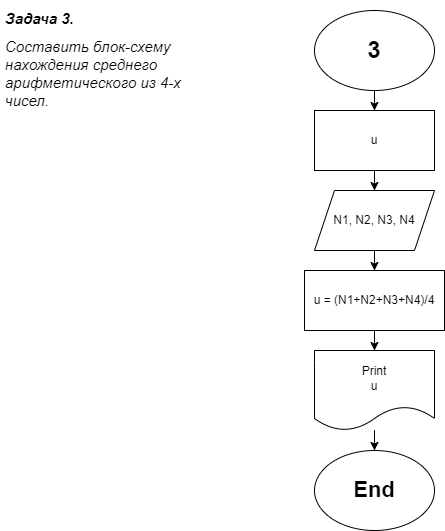
Above: ДЗ_задача3.drawio.png in napaser88/Homeworks (draw.io), before the change. Source tidied: cells renumbered, new cells last; positions are measured from the earlier drawing's top-left corner, leaving out a move shared by most shapes. Source of this version:
```xml
<mxGraphModel>
  <root>
    <mxCell id="0" />
    <mxCell id="1" parent="0" />
    <mxCell id="2" value="&lt;h1 style=&quot;font-size: 15px;&quot;&gt;Задача 3.&lt;/h1&gt;&lt;div style=&quot;font-size: 15px;&quot;&gt;Составить блок-схему нахождения среднего арифметического из 4-х чисел.&lt;br style=&quot;font-size: 15px;&quot;&gt;&lt;/div&gt;" style="text;html=1;strokeColor=none;fillColor=none;spacing=5;spacingTop=-20;whiteSpace=wrap;overflow=hidden;rounded=0;align=left;fontStyle=2;labelBackgroundColor=none;fontSize=15;" parent="1" vertex="1">
      <mxGeometry width="190" height="100" as="geometry" />
    </mxCell>
    <mxCell id="3" style="edgeStyle=orthogonalEdgeStyle;rounded=0;jettySize=auto;html=1;" parent="1" edge="1" source="4" target="8">
      <mxGeometry relative="1" as="geometry" />
    </mxCell>
    <mxCell id="4" value="&lt;h1&gt;3&lt;/h1&gt;" style="ellipse;whiteSpace=wrap;html=1;" parent="1" vertex="1">
      <mxGeometry x="314" width="120" height="80" as="geometry" />
    </mxCell>
    <mxCell id="5" style="edgeStyle=orthogonalEdgeStyle;rounded=0;jettySize=auto;html=1;" parent="1" edge="1" source="6" target="10">
      <mxGeometry relative="1" as="geometry" />
    </mxCell>
    <mxCell id="6" value="N1, N2, N3, N4" style="shape=parallelogram;perimeter=parallelogramPerimeter;whiteSpace=wrap;html=1;fixedSize=1;" parent="1" vertex="1">
      <mxGeometry x="314" y="180" width="120" height="60" as="geometry" />
    </mxCell>
    <mxCell id="7" style="edgeStyle=orthogonalEdgeStyle;rounded=0;jettySize=auto;html=1;" parent="1" edge="1" source="8" target="6">
      <mxGeometry relative="1" as="geometry" />
    </mxCell>
    <mxCell id="8" value="u" style="rounded=0;whiteSpace=wrap;html=1;" parent="1" vertex="1">
      <mxGeometry x="314" y="100" width="120" height="60" as="geometry" />
    </mxCell>
    <mxCell id="9" style="edgeStyle=orthogonalEdgeStyle;rounded=0;jettySize=auto;html=1;" parent="1" edge="1" source="10" target="12">
      <mxGeometry relative="1" as="geometry" />
    </mxCell>
    <mxCell id="10" value="u = (N1+N2+N3+N4)/4" style="whiteSpace=wrap;html=1;" parent="1" vertex="1">
      <mxGeometry x="304" y="260" width="140" height="60" as="geometry" />
    </mxCell>
    <mxCell id="11" style="edgeStyle=orthogonalEdgeStyle;rounded=0;jettySize=auto;html=1;" parent="1" edge="1" source="12" target="13">
      <mxGeometry relative="1" as="geometry" />
    </mxCell>
    <mxCell id="12" value="Print&lt;br&gt;u" style="shape=document;whiteSpace=wrap;html=1;boundedLbl=1;" parent="1" vertex="1">
      <mxGeometry x="314" y="340" width="120" height="80" as="geometry" />
    </mxCell>
    <mxCell id="13" value="&lt;b style=&quot;font-size: 22px;&quot;&gt;End&lt;/b&gt;" style="ellipse;whiteSpace=wrap;html=1;fontSize=22;" parent="1" vertex="1">
      <mxGeometry x="314" y="440" width="120" height="80" as="geometry" />
    </mxCell>
  </root>
</mxGraphModel>
```
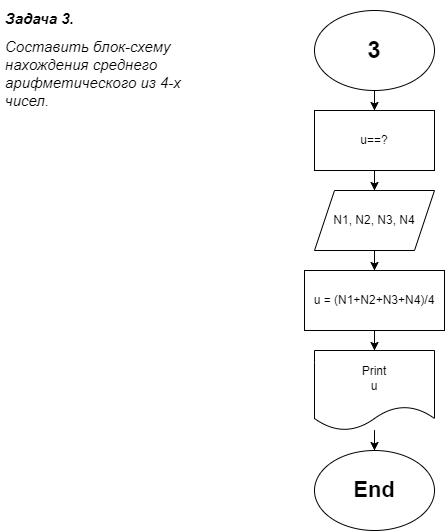
After the commit.

What changed in the source:
```diff
@@ -20,7 +20,7 @@
     <mxCell id="7" style="edgeStyle=orthogonalEdgeStyle;rounded=0;jettySize=auto;html=1;" parent="1" edge="1" source="8" target="6">
       <mxGeometry relative="1" as="geometry" />
     </mxCell>
-    <mxCell id="8" value="u" style="rounded=0;whiteSpace=wrap;html=1;" parent="1" vertex="1">
+    <mxCell id="8" value="u==?" style="rounded=0;whiteSpace=wrap;html=1;" parent="1" vertex="1">
       <mxGeometry x="314" y="100" width="120" height="60" as="geometry" />
     </mxCell>
     <mxCell id="9" style="edgeStyle=orthogonalEdgeStyle;rounded=0;jettySize=auto;html=1;" parent="1" edge="1" source="10" target="12">
```
